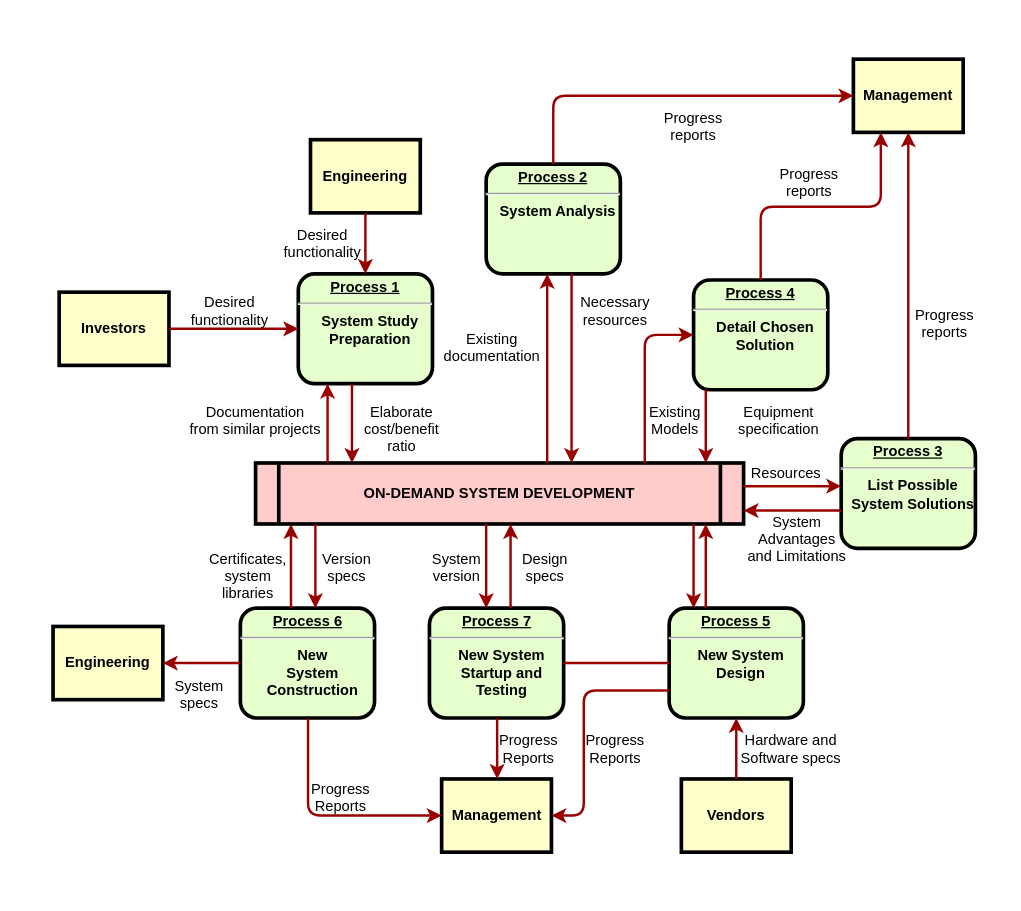
Above: ToDoList.API/test2.drawio in brown-aleks/TodoList (draw.io), before the change. Source tidied: cells renumbered, new cells numbered last; positions are measured from the earlier drawing's top-left corner, leaving out a move shared by most shapes. Both pictures are drawn from the tidied source at 122%, with x=0, y=0 at pixel (52, 59).
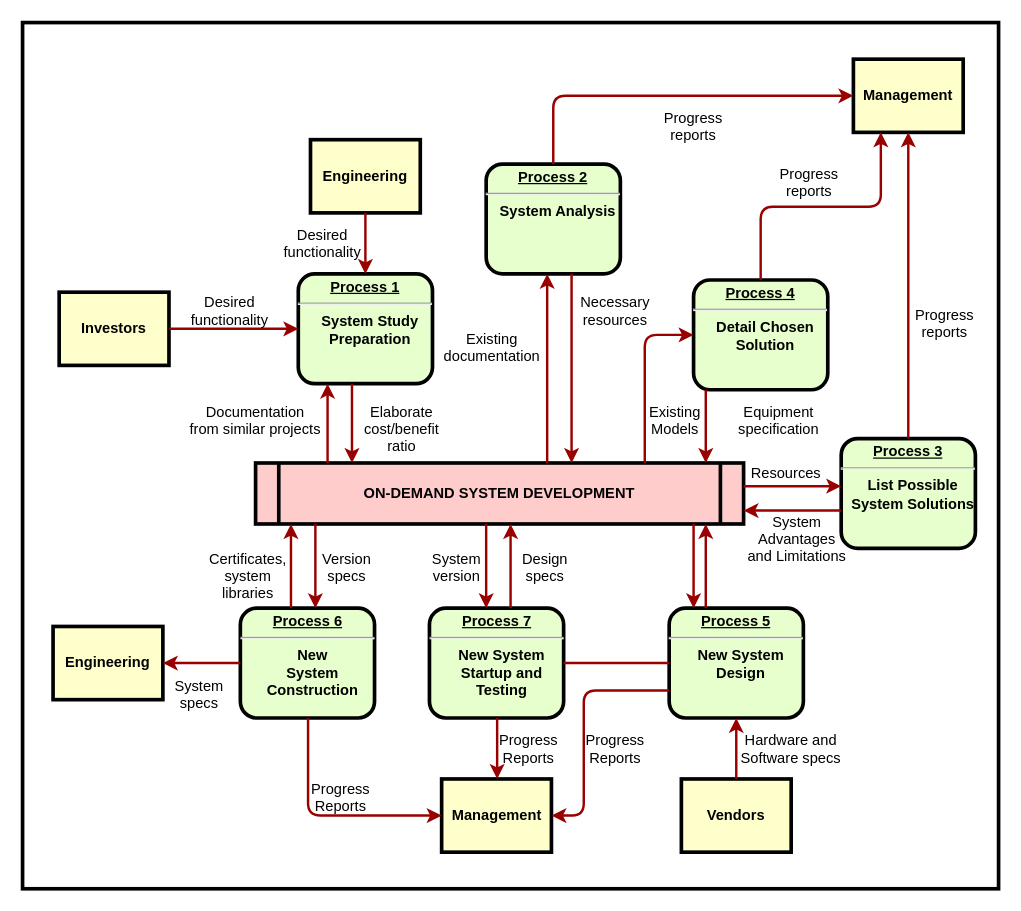
After the change.

The edit, as a diff of the source:
```diff
@@
+    <mxCell id="63" style="rounded=0;whiteSpace=wrap;html=1;labelBackgroundColor=none;labelBorderColor=none;strokeWidth=3;strokeColor=#000000;" parent="1" vertex="1">
+      <mxGeometry x="-25" y="-30" width="800" height="710" as="geometry" />
+    </mxCell>
```
